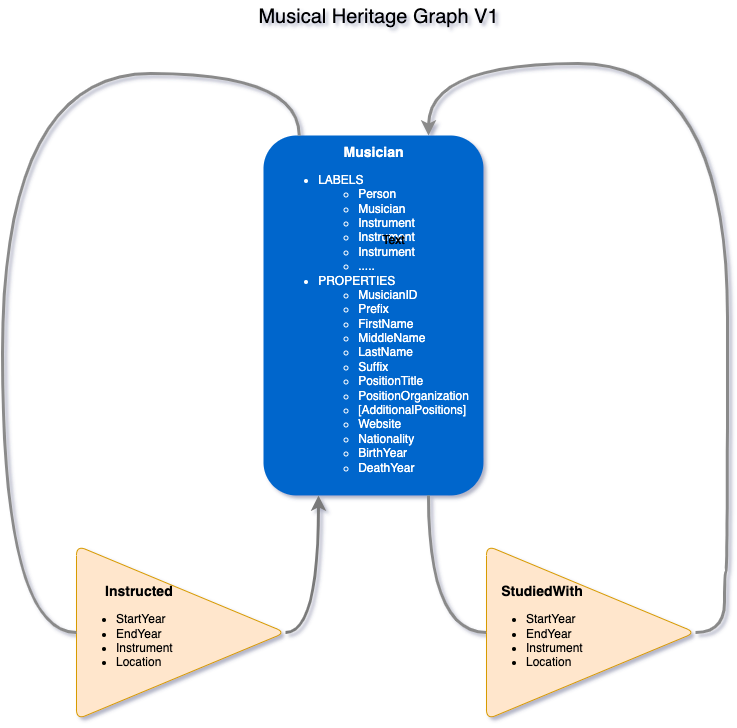
Before: README.assets/Musical Heritage Model-V1.png, a diagram exported from draw.io (greyshore/MusicTree.Me). Source tidied: cells renumbered, new cells last; positions are measured from the earlier drawing's top-left corner, leaving out a move shared by most shapes. Its diagram source:
```xml
<mxGraphModel>
  <root>
    <mxCell id="0" />
    <mxCell id="1" parent="0" />
    <mxCell id="2" style="edgeStyle=orthogonalEdgeStyle;rounded=1;jettySize=auto;html=1;startArrow=none;entryX=0.75;entryY=0;entryDx=0;entryDy=0;curved=1;strokeWidth=3;strokeColor=#8a8a8a;exitX=1;exitY=0.5;exitDx=0;exitDy=0;" parent="1" edge="1" source="11" target="3">
      <mxGeometry relative="1" as="geometry">
        <Array as="points">
          <mxPoint x="722" y="631" />
          <mxPoint x="722" y="570" />
          <mxPoint x="725" y="570" />
          <mxPoint x="725" y="62" />
          <mxPoint x="426" y="62" />
        </Array>
      </mxGeometry>
    </mxCell>
    <mxCell id="3" value="&lt;b&gt;&lt;font style=&quot;font-size: 14px&quot;&gt;Musician&lt;/font&gt;&lt;/b&gt;&lt;br&gt;&lt;ul&gt;&lt;li style=&quot;text-align: left&quot;&gt;LABELS&lt;/li&gt;&lt;ul&gt;&lt;li style=&quot;text-align: left&quot;&gt;Person&lt;/li&gt;&lt;li style=&quot;text-align: left&quot;&gt;Musician&lt;/li&gt;&lt;li style=&quot;text-align: left&quot;&gt;Instrument&lt;/li&gt;&lt;li style=&quot;text-align: left&quot;&gt;Instrument&lt;/li&gt;&lt;li style=&quot;text-align: left&quot;&gt;Instrument&lt;/li&gt;&lt;li style=&quot;text-align: left&quot;&gt;.....&lt;/li&gt;&lt;/ul&gt;&lt;li style=&quot;text-align: left&quot;&gt;PROPERTIES&lt;/li&gt;&lt;ul&gt;&lt;li style=&quot;text-align: left&quot;&gt;MusicianID&lt;/li&gt;&lt;li style=&quot;text-align: left&quot;&gt;Prefix&lt;/li&gt;&lt;li style=&quot;text-align: left&quot;&gt;FirstName&lt;/li&gt;&lt;li style=&quot;text-align: left&quot;&gt;MiddleName&lt;/li&gt;&lt;li style=&quot;text-align: left&quot;&gt;LastName&lt;/li&gt;&lt;li style=&quot;text-align: left&quot;&gt;Suffix&lt;/li&gt;&lt;li style=&quot;text-align: left&quot;&gt;PositionTitle&lt;/li&gt;&lt;li style=&quot;text-align: left&quot;&gt;PositionOrganization&lt;/li&gt;&lt;li style=&quot;text-align: left&quot;&gt;[AdditionalPositions]&lt;/li&gt;&lt;li style=&quot;text-align: left&quot;&gt;Website&lt;/li&gt;&lt;li style=&quot;text-align: left&quot;&gt;Nationality&lt;/li&gt;&lt;li style=&quot;text-align: left&quot;&gt;BirthYear&lt;/li&gt;&lt;li style=&quot;text-align: left&quot;&gt;DeathYear&lt;/li&gt;&lt;/ul&gt;&lt;/ul&gt;" style="rounded=1;fillColor=#0066CC;strokeColor=none;strokeWidth=3;shadow=0;html=1;fontColor=#FFFFFF;" parent="1" vertex="1">
      <mxGeometry x="261" y="134" width="220" height="360" as="geometry" />
    </mxCell>
    <mxCell id="4" style="edgeStyle=orthogonalEdgeStyle;rounded=1;jettySize=auto;html=1;endArrow=none;curved=1;exitX=0.75;exitY=1;exitDx=0;exitDy=0;strokeWidth=3;strokeColor=#8A8A8A;entryX=0;entryY=0.5;entryDx=0;entryDy=0;" parent="1" edge="1" source="3" target="11">
      <mxGeometry relative="1" as="geometry" />
    </mxCell>
    <mxCell id="5" style="edgeStyle=orthogonalEdgeStyle;rounded=0;jettySize=auto;html=1;exitX=1;exitY=0.5;exitDx=0;exitDy=0;entryX=0.25;entryY=1;entryDx=0;entryDy=0;curved=1;strokeColor=#7A7A7A;strokeWidth=3;" parent="1" edge="1" source="6" target="3">
      <mxGeometry relative="1" as="geometry" />
    </mxCell>
    <mxCell id="6" value="&lt;div style=&quot;text-align: right&quot;&gt;&lt;b style=&quot;font-size: 14px&quot;&gt;Instructed&lt;/b&gt;&lt;/div&gt;&lt;ul&gt;&lt;li&gt;&lt;span&gt;StartYear&lt;/span&gt;&lt;/li&gt;&lt;li&gt;&lt;span&gt;EndYear&lt;/span&gt;&lt;/li&gt;&lt;li&gt;&lt;span&gt;Instrument&lt;/span&gt;&lt;/li&gt;&lt;li&gt;&lt;span&gt;Location&lt;/span&gt;&lt;/li&gt;&lt;/ul&gt;" style="triangle;whiteSpace=wrap;html=1;align=left;fillColor=#ffe6cc;strokeColor=#d79b00;rounded=1;spacing=0;" parent="1" vertex="1">
      <mxGeometry x="74" y="544" width="209" height="174" as="geometry" />
    </mxCell>
    <mxCell id="7" style="edgeStyle=orthogonalEdgeStyle;rounded=1;jettySize=auto;html=1;endArrow=none;curved=1;strokeWidth=3;strokeColor=#8A8A8A;exitX=0.162;exitY=0;exitDx=0;exitDy=0;exitPerimeter=0;" parent="1" edge="1" source="3" target="6">
      <mxGeometry relative="1" as="geometry">
        <Array as="points">
          <mxPoint x="297" y="72" />
          <mxPoint y="72" />
          <mxPoint y="631" />
        </Array>
      </mxGeometry>
    </mxCell>
    <mxCell id="8" value="Text" style="text;html=1;align=center;verticalAlign=middle;fillColor=none;strokeColor=none;rounded=0;" parent="1" vertex="1">
      <mxGeometry x="371" y="229" width="40" height="20" as="geometry" />
    </mxCell>
    <mxCell id="9" value="Text" style="text;html=1;align=center;verticalAlign=middle;fillColor=none;strokeColor=none;rounded=0;" parent="1" vertex="1">
      <mxGeometry x="371" y="229" width="40" height="20" as="geometry" />
    </mxCell>
    <mxCell id="10" value="&lt;font style=&quot;font-size: 20px&quot;&gt;Musical Heritage Graph V1&lt;/font&gt;" style="text;html=1;strokeColor=none;fillColor=none;align=center;verticalAlign=middle;whiteSpace=wrap;rounded=0;" parent="1" vertex="1">
      <mxGeometry x="246" width="261" height="30" as="geometry" />
    </mxCell>
    <mxCell id="11" value="&lt;div style=&quot;text-align: right&quot;&gt;&lt;b style=&quot;font-size: 14px&quot;&gt;StudiedWith&lt;/b&gt;&lt;/div&gt;&lt;ul&gt;&lt;li&gt;&lt;span&gt;StartYear&lt;/span&gt;&lt;/li&gt;&lt;li&gt;&lt;span&gt;EndYear&lt;/span&gt;&lt;/li&gt;&lt;li&gt;&lt;span&gt;Instrument&lt;/span&gt;&lt;/li&gt;&lt;li&gt;&lt;span&gt;Location&lt;/span&gt;&lt;/li&gt;&lt;/ul&gt;" style="triangle;whiteSpace=wrap;html=1;align=left;fillColor=#ffe6cc;strokeColor=#d79b00;rounded=1;spacing=0;" parent="1" vertex="1">
      <mxGeometry x="484" y="544" width="209" height="174" as="geometry" />
    </mxCell>
  </root>
</mxGraphModel>
```
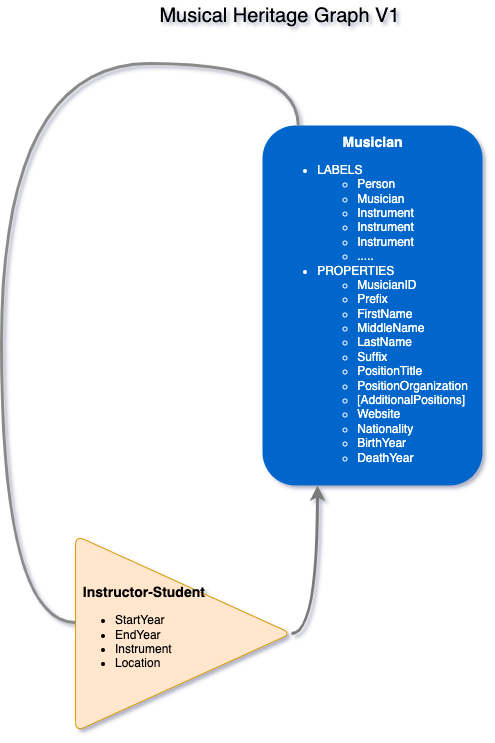
Above is the later version.

Commit message:
updates to V1 and VNext model diagrams in README

What changed in the source:
```diff
@@ -2,28 +2,14 @@
   <root>
     <mxCell id="0" />
     <mxCell id="1" parent="0" />
-    <mxCell id="2" style="edgeStyle=orthogonalEdgeStyle;rounded=1;jettySize=auto;html=1;startArrow=none;entryX=0.75;entryY=0;entryDx=0;entryDy=0;curved=1;strokeWidth=3;strokeColor=#8a8a8a;exitX=1;exitY=0.5;exitDx=0;exitDy=0;" parent="1" edge="1" source="11" target="3">
-      <mxGeometry relative="1" as="geometry">
-        <Array as="points">
-          <mxPoint x="722" y="631" />
-          <mxPoint x="722" y="570" />
-          <mxPoint x="725" y="570" />
-          <mxPoint x="725" y="62" />
-          <mxPoint x="426" y="62" />
-        </Array>
-      </mxGeometry>
-    </mxCell>
     <mxCell id="3" value="&lt;b&gt;&lt;font style=&quot;font-size: 14px&quot;&gt;Musician&lt;/font&gt;&lt;/b&gt;&lt;br&gt;&lt;ul&gt;&lt;li style=&quot;text-align: left&quot;&gt;LABELS&lt;/li&gt;&lt;ul&gt;&lt;li style=&quot;text-align: left&quot;&gt;Person&lt;/li&gt;&lt;li style=&quot;text-align: left&quot;&gt;Musician&lt;/li&gt;&lt;li style=&quot;text-align: left&quot;&gt;Instrument&lt;/li&gt;&lt;li style=&quot;text-align: left&quot;&gt;Instrument&lt;/li&gt;&lt;li style=&quot;text-align: left&quot;&gt;Instrument&lt;/li&gt;&lt;li style=&quot;text-align: left&quot;&gt;.....&lt;/li&gt;&lt;/ul&gt;&lt;li style=&quot;text-align: left&quot;&gt;PROPERTIES&lt;/li&gt;&lt;ul&gt;&lt;li style=&quot;text-align: left&quot;&gt;MusicianID&lt;/li&gt;&lt;li style=&quot;text-align: left&quot;&gt;Prefix&lt;/li&gt;&lt;li style=&quot;text-align: left&quot;&gt;FirstName&lt;/li&gt;&lt;li style=&quot;text-align: left&quot;&gt;MiddleName&lt;/li&gt;&lt;li style=&quot;text-align: left&quot;&gt;LastName&lt;/li&gt;&lt;li style=&quot;text-align: left&quot;&gt;Suffix&lt;/li&gt;&lt;li style=&quot;text-align: left&quot;&gt;PositionTitle&lt;/li&gt;&lt;li style=&quot;text-align: left&quot;&gt;PositionOrganization&lt;/li&gt;&lt;li style=&quot;text-align: left&quot;&gt;[AdditionalPositions]&lt;/li&gt;&lt;li style=&quot;text-align: left&quot;&gt;Website&lt;/li&gt;&lt;li style=&quot;text-align: left&quot;&gt;Nationality&lt;/li&gt;&lt;li style=&quot;text-align: left&quot;&gt;BirthYear&lt;/li&gt;&lt;li style=&quot;text-align: left&quot;&gt;DeathYear&lt;/li&gt;&lt;/ul&gt;&lt;/ul&gt;" style="rounded=1;fillColor=#0066CC;strokeColor=none;strokeWidth=3;shadow=0;html=1;fontColor=#FFFFFF;" parent="1" vertex="1">
       <mxGeometry x="261" y="134" width="220" height="360" as="geometry" />
     </mxCell>
-    <mxCell id="4" style="edgeStyle=orthogonalEdgeStyle;rounded=1;jettySize=auto;html=1;endArrow=none;curved=1;exitX=0.75;exitY=1;exitDx=0;exitDy=0;strokeWidth=3;strokeColor=#8A8A8A;entryX=0;entryY=0.5;entryDx=0;entryDy=0;" parent="1" edge="1" source="3" target="11">
-      <mxGeometry relative="1" as="geometry" />
-    </mxCell>
     <mxCell id="5" style="edgeStyle=orthogonalEdgeStyle;rounded=0;jettySize=auto;html=1;exitX=1;exitY=0.5;exitDx=0;exitDy=0;entryX=0.25;entryY=1;entryDx=0;entryDy=0;curved=1;strokeColor=#7A7A7A;strokeWidth=3;" parent="1" edge="1" source="6" target="3">
       <mxGeometry relative="1" as="geometry" />
     </mxCell>
-    <mxCell id="6" value="&lt;div style=&quot;text-align: right&quot;&gt;&lt;b style=&quot;font-size: 14px&quot;&gt;Instructed&lt;/b&gt;&lt;/div&gt;&lt;ul&gt;&lt;li&gt;&lt;span&gt;StartYear&lt;/span&gt;&lt;/li&gt;&lt;li&gt;&lt;span&gt;EndYear&lt;/span&gt;&lt;/li&gt;&lt;li&gt;&lt;span&gt;Instrument&lt;/span&gt;&lt;/li&gt;&lt;li&gt;&lt;span&gt;Location&lt;/span&gt;&lt;/li&gt;&lt;/ul&gt;" style="triangle;whiteSpace=wrap;html=1;align=left;fillColor=#ffe6cc;strokeColor=#d79b00;rounded=1;spacing=0;" parent="1" vertex="1">
-      <mxGeometry x="74" y="544" width="209" height="174" as="geometry" />
+    <mxCell id="6" value="&lt;div style=&quot;text-align: right&quot;&gt;&lt;b style=&quot;font-size: 14px&quot;&gt;&amp;nbsp; Instructor-Student&lt;/b&gt;&lt;/div&gt;&lt;ul&gt;&lt;li&gt;&lt;span&gt;StartYear&lt;/span&gt;&lt;/li&gt;&lt;li&gt;&lt;span&gt;EndYear&lt;/span&gt;&lt;/li&gt;&lt;li&gt;&lt;span&gt;Instrument&lt;/span&gt;&lt;/li&gt;&lt;li&gt;&lt;span&gt;Location&lt;/span&gt;&lt;/li&gt;&lt;/ul&gt;" style="triangle;whiteSpace=wrap;html=1;align=left;fillColor=#ffe6cc;strokeColor=#d79b00;rounded=1;spacing=0;" parent="1" vertex="1">
+      <mxGeometry x="74" y="544" width="216" height="196" as="geometry" />
     </mxCell>
     <mxCell id="7" style="edgeStyle=orthogonalEdgeStyle;rounded=1;jettySize=auto;html=1;endArrow=none;curved=1;strokeWidth=3;strokeColor=#8A8A8A;exitX=0.162;exitY=0;exitDx=0;exitDy=0;exitPerimeter=0;" parent="1" edge="1" source="3" target="6">
       <mxGeometry relative="1" as="geometry">
@@ -34,17 +20,8 @@
         </Array>
       </mxGeometry>
     </mxCell>
-    <mxCell id="8" value="Text" style="text;html=1;align=center;verticalAlign=middle;fillColor=none;strokeColor=none;rounded=0;" parent="1" vertex="1">
-      <mxGeometry x="371" y="229" width="40" height="20" as="geometry" />
-    </mxCell>
-    <mxCell id="9" value="Text" style="text;html=1;align=center;verticalAlign=middle;fillColor=none;strokeColor=none;rounded=0;" parent="1" vertex="1">
-      <mxGeometry x="371" y="229" width="40" height="20" as="geometry" />
-    </mxCell>
     <mxCell id="10" value="&lt;font style=&quot;font-size: 20px&quot;&gt;Musical Heritage Graph V1&lt;/font&gt;" style="text;html=1;strokeColor=none;fillColor=none;align=center;verticalAlign=middle;whiteSpace=wrap;rounded=0;" parent="1" vertex="1">
-      <mxGeometry x="246" width="261" height="30" as="geometry" />
+      <mxGeometry x="148" y="9" width="261" height="30" as="geometry" />
     </mxCell>
-    <mxCell id="11" value="&lt;div style=&quot;text-align: right&quot;&gt;&lt;b style=&quot;font-size: 14px&quot;&gt;StudiedWith&lt;/b&gt;&lt;/div&gt;&lt;ul&gt;&lt;li&gt;&lt;span&gt;StartYear&lt;/span&gt;&lt;/li&gt;&lt;li&gt;&lt;span&gt;EndYear&lt;/span&gt;&lt;/li&gt;&lt;li&gt;&lt;span&gt;Instrument&lt;/span&gt;&lt;/li&gt;&lt;li&gt;&lt;span&gt;Location&lt;/span&gt;&lt;/li&gt;&lt;/ul&gt;" style="triangle;whiteSpace=wrap;html=1;align=left;fillColor=#ffe6cc;strokeColor=#d79b00;rounded=1;spacing=0;" parent="1" vertex="1">
-      <mxGeometry x="484" y="544" width="209" height="174" as="geometry" />
-    </mxCell>
   </root>
 </mxGraphModel>
```
